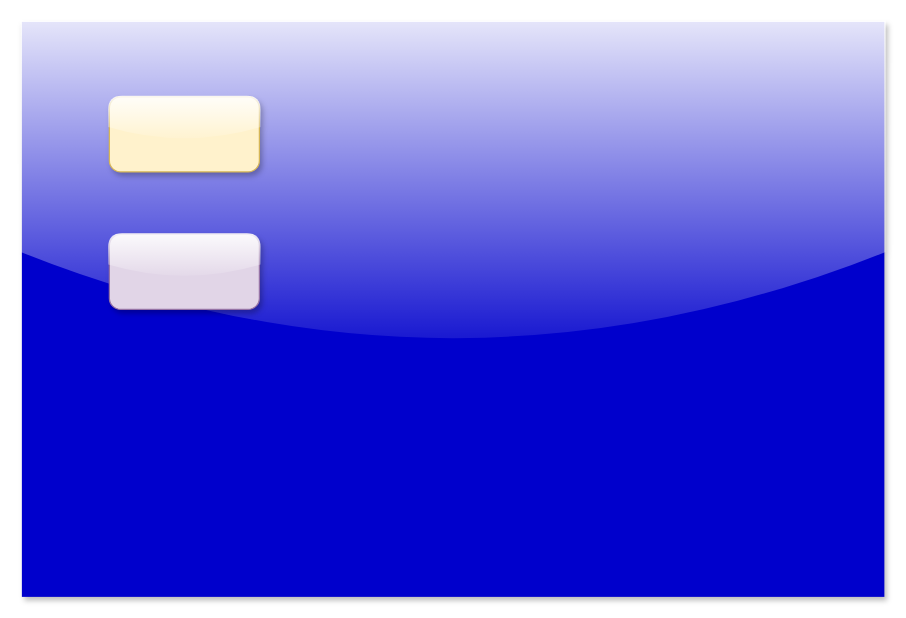
The draw.io diagram word cloud.drawio in cjaack2/Images_Repository, before the edit. Source tidied: cells renumbered, new cells numbered last; positions are measured from the earlier drawing's top-left corner, leaving out a move shared by most shapes. Both pictures are drawn from the tidied source at 125%, with x=0, y=0 at pixel (21, 21).
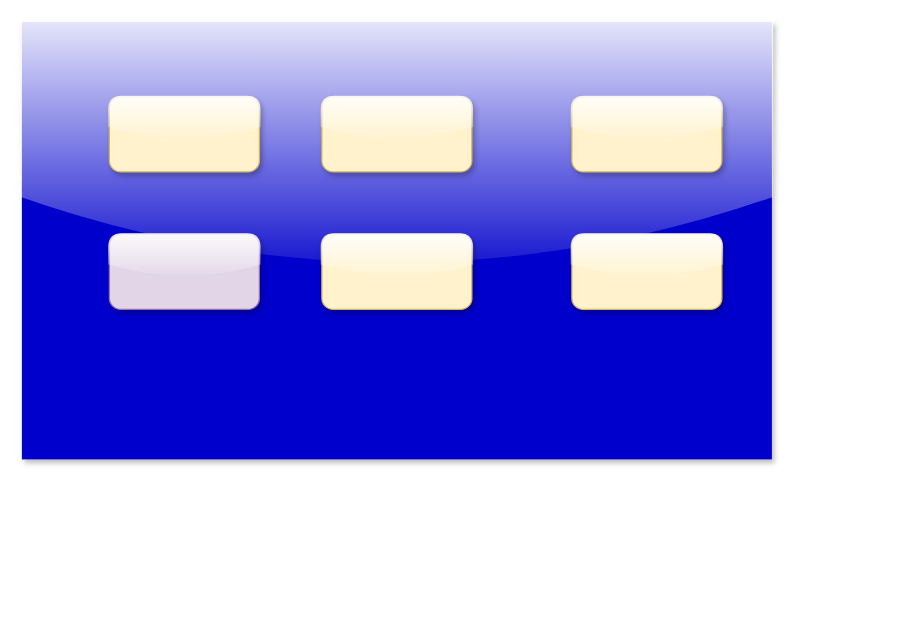
After the change.

Diff of the diagram source:
```diff
@@
 <mxGraphModel>
   <root>
     <mxCell id="0" />
     <mxCell id="1" parent="0" />
     <mxCell id="2" style="rounded=0;whiteSpace=wrap;html=1;strokeColor=none;fillColor=#0000CC;shadow=1;glass=1;" parent="1" vertex="1">
-      <mxGeometry width="690" height="460" as="geometry" />
+      <mxGeometry width="600" height="350" as="geometry" />
     </mxCell>
     <mxCell id="3" style="rounded=1;whiteSpace=wrap;html=1;shadow=1;glass=1;fillColor=#fff2cc;strokeColor=#d6b656;" parent="1" vertex="1">
       <mxGeometry x="70" y="60" width="120" height="60" as="geometry" />
     </mxCell>
     <mxCell id="4" style="rounded=1;whiteSpace=wrap;html=1;shadow=1;glass=1;fillColor=#e1d5e7;strokeColor=#9673a6;" parent="1" vertex="1">
       <mxGeometry x="70" y="170" width="120" height="60" as="geometry" />
     </mxCell>
+    <mxCell id="5" style="rounded=1;whiteSpace=wrap;html=1;shadow=1;glass=1;fillColor=#fff2cc;strokeColor=#d6b656;" parent="1" vertex="1">
+      <mxGeometry x="240" y="60" width="120" height="60" as="geometry" />
+    </mxCell>
+    <mxCell id="6" style="rounded=1;whiteSpace=wrap;html=1;shadow=1;glass=1;fillColor=#fff2cc;strokeColor=#d6b656;" parent="1" vertex="1">
+      <mxGeometry x="440" y="60" width="120" height="60" as="geometry" />
+    </mxCell>
+    <mxCell id="7" style="rounded=1;whiteSpace=wrap;html=1;shadow=1;glass=1;fillColor=#fff2cc;strokeColor=#d6b656;" parent="1" vertex="1">
+      <mxGeometry x="240" y="170" width="120" height="60" as="geometry" />
+    </mxCell>
+    <mxCell id="8" style="rounded=1;whiteSpace=wrap;html=1;shadow=1;glass=1;fillColor=#fff2cc;strokeColor=#d6b656;" parent="1" vertex="1">
+      <mxGeometry x="440" y="170" width="120" height="60" as="geometry" />
+    </mxCell>
   </root>
 </mxGraphModel>
```
